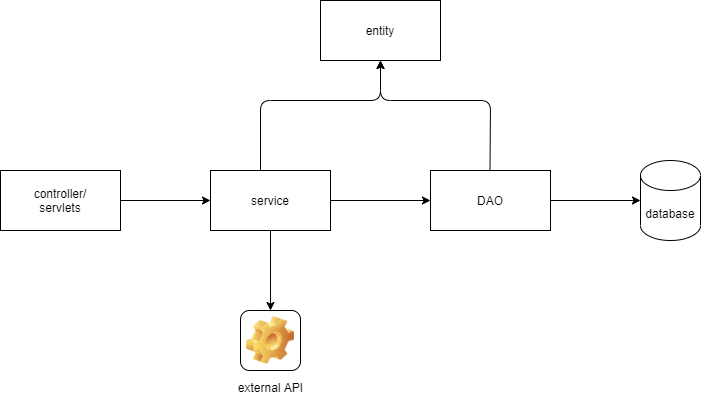
margarita-sk/StudyJava keeps this draw.io diagram as architecture of the application.png. Above is the earlier version. Source tidied: cells renumbered, new cells last; positions are measured from the earlier drawing's top-left corner, leaving out a move shared by most shapes. Source of this version:
```xml
<mxGraphModel>
  <root>
    <mxCell id="0" />
    <mxCell id="1" parent="0" />
    <mxCell id="2" style="edgeStyle=orthogonalEdgeStyle;rounded=0;jettySize=auto;html=1;" parent="1" edge="1" source="3" target="5">
      <mxGeometry relative="1" as="geometry" />
    </mxCell>
    <mxCell id="3" value="controller/&lt;br&gt;servlets" style="rounded=0;whiteSpace=wrap;html=1;" parent="1" vertex="1">
      <mxGeometry y="170" width="120" height="60" as="geometry" />
    </mxCell>
    <mxCell id="4" style="edgeStyle=orthogonalEdgeStyle;rounded=0;jettySize=auto;html=1;" parent="1" edge="1" source="5" target="13">
      <mxGeometry relative="1" as="geometry" />
    </mxCell>
    <mxCell id="5" value="service" style="rounded=0;whiteSpace=wrap;html=1;" parent="1" vertex="1">
      <mxGeometry x="210" y="170" width="120" height="60" as="geometry" />
    </mxCell>
    <mxCell id="6" style="edgeStyle=orthogonalEdgeStyle;rounded=0;jettySize=auto;html=1;" parent="1" edge="1" source="7" target="8">
      <mxGeometry relative="1" as="geometry" />
    </mxCell>
    <mxCell id="7" value="DAO" style="rounded=0;whiteSpace=wrap;html=1;" parent="1" vertex="1">
      <mxGeometry x="430" y="170" width="120" height="60" as="geometry" />
    </mxCell>
    <mxCell id="8" value="database" style="shape=cylinder3;whiteSpace=wrap;html=1;boundedLbl=1;backgroundOutline=1;size=15;" parent="1" vertex="1">
      <mxGeometry x="640" y="160" width="60" height="80" as="geometry" />
    </mxCell>
    <mxCell id="9" value="entity" style="rounded=0;whiteSpace=wrap;html=1;" parent="1" vertex="1">
      <mxGeometry x="320" width="120" height="60" as="geometry" />
    </mxCell>
    <mxCell id="10" style="endArrow=classic;html=1;exitX=1;exitY=0.5;exitDx=0;exitDy=0;entryX=0;entryY=0.5;entryDx=0;entryDy=0;" parent="1" edge="1" source="5" target="7">
      <mxGeometry relative="1" as="geometry" />
    </mxCell>
    <mxCell id="11" style="endArrow=classic;html=1;entryX=0.5;entryY=1;entryDx=0;entryDy=0;" parent="1" edge="1" target="9">
      <mxGeometry relative="1" as="geometry">
        <mxPoint x="260" y="170" as="sourcePoint" />
        <Array as="points">
          <mxPoint x="260" y="100" />
          <mxPoint x="380" y="100" />
        </Array>
      </mxGeometry>
    </mxCell>
    <mxCell id="12" style="endArrow=classic;html=1;" parent="1" edge="1">
      <mxGeometry relative="1" as="geometry">
        <mxPoint x="489.5" y="170" as="sourcePoint" />
        <mxPoint x="380" y="60" as="targetPoint" />
        <Array as="points">
          <mxPoint x="490" y="100" />
          <mxPoint x="380" y="100" />
        </Array>
      </mxGeometry>
    </mxCell>
    <mxCell id="13" value="external API" style="icon;html=1;image=img/clipart/Gear_128x128.png;" parent="1" vertex="1">
      <mxGeometry x="240" y="310" width="60" height="60" as="geometry" />
    </mxCell>
  </root>
</mxGraphModel>
```
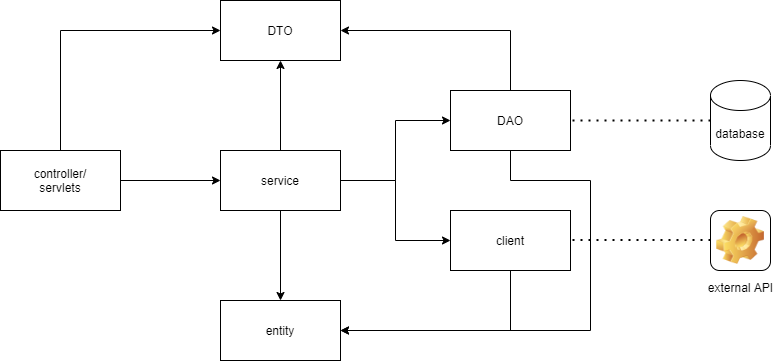
After the change.

What changed in the source:
```diff
@@ -5,51 +5,68 @@
     <mxCell id="2" style="edgeStyle=orthogonalEdgeStyle;rounded=0;jettySize=auto;html=1;" parent="1" edge="1" source="3" target="5">
       <mxGeometry relative="1" as="geometry" />
     </mxCell>
+    <mxCell id="14" style="edgeStyle=orthogonalEdgeStyle;rounded=0;jettySize=auto;html=1;exitX=0.5;exitY=0;exitDx=0;exitDy=0;entryX=0;entryY=0.5;entryDx=0;entryDy=0;" parent="1" edge="1" source="3" target="9">
+      <mxGeometry relative="1" as="geometry" />
+    </mxCell>
     <mxCell id="3" value="controller/&lt;br&gt;servlets" style="rounded=0;whiteSpace=wrap;html=1;" parent="1" vertex="1">
-      <mxGeometry y="170" width="120" height="60" as="geometry" />
+      <mxGeometry x="-30" y="320" width="120" height="60" as="geometry" />
     </mxCell>
-    <mxCell id="4" style="edgeStyle=orthogonalEdgeStyle;rounded=0;jettySize=auto;html=1;" parent="1" edge="1" source="5" target="13">
-      <mxGeometry relative="1" as="geometry" />
-    </mxCell>
+    <mxCell id="15" style="edgeStyle=orthogonalEdgeStyle;rounded=0;jettySize=auto;html=1;" parent="1" edge="1" source="5" target="9">
+      <mxGeometry relative="1" as="geometry" />
+    </mxCell>
+    <mxCell id="10" style="edgeStyle=orthogonalEdgeStyle;rounded=0;jettySize=auto;html=1;exitX=1;exitY=0.5;exitDx=0;exitDy=0;entryX=0;entryY=0.5;entryDx=0;entryDy=0;" parent="1" edge="1" source="5" target="7">
+      <mxGeometry relative="1" as="geometry" />
+    </mxCell>
+    <mxCell id="16" style="edgeStyle=orthogonalEdgeStyle;rounded=0;jettySize=auto;html=1;exitX=1;exitY=0.5;exitDx=0;exitDy=0;entryX=0;entryY=0.5;entryDx=0;entryDy=0;" parent="1" edge="1" source="5" target="21">
+      <mxGeometry relative="1" as="geometry" />
+    </mxCell>
+    <mxCell id="17" style="edgeStyle=orthogonalEdgeStyle;rounded=0;jettySize=auto;html=1;exitX=0.5;exitY=1;exitDx=0;exitDy=0;entryX=0.5;entryY=0;entryDx=0;entryDy=0;" parent="1" edge="1" source="5" target="24">
+      <mxGeometry relative="1" as="geometry" />
+    </mxCell>
     <mxCell id="5" value="service" style="rounded=0;whiteSpace=wrap;html=1;" parent="1" vertex="1">
-      <mxGeometry x="210" y="170" width="120" height="60" as="geometry" />
+      <mxGeometry x="190" y="320" width="120" height="60" as="geometry" />
     </mxCell>
-    <mxCell id="6" style="edgeStyle=orthogonalEdgeStyle;rounded=0;jettySize=auto;html=1;" parent="1" edge="1" source="7" target="8">
-      <mxGeometry relative="1" as="geometry" />
-    </mxCell>
+    <mxCell id="18" style="edgeStyle=orthogonalEdgeStyle;rounded=0;jettySize=auto;html=1;exitX=0.5;exitY=0;exitDx=0;exitDy=0;entryX=1;entryY=0.5;entryDx=0;entryDy=0;" parent="1" edge="1" source="7" target="9">
+      <mxGeometry relative="1" as="geometry" />
+    </mxCell>
+    <mxCell id="19" style="edgeStyle=orthogonalEdgeStyle;rounded=0;jettySize=auto;html=1;exitX=0.5;exitY=1;exitDx=0;exitDy=0;entryX=1;entryY=0.5;entryDx=0;entryDy=0;" parent="1" edge="1" source="7" target="24">
+      <mxGeometry relative="1" as="geometry">
+        <Array as="points">
+          <mxPoint x="480" y="350" />
+          <mxPoint x="560" y="350" />
+          <mxPoint x="560" y="500" />
+        </Array>
+      </mxGeometry>
+    </mxCell>
     <mxCell id="7" value="DAO" style="rounded=0;whiteSpace=wrap;html=1;" parent="1" vertex="1">
-      <mxGeometry x="430" y="170" width="120" height="60" as="geometry" />
+      <mxGeometry x="420" y="260" width="120" height="60" as="geometry" />
     </mxCell>
     <mxCell id="8" value="database" style="shape=cylinder3;whiteSpace=wrap;html=1;boundedLbl=1;backgroundOutline=1;size=15;" parent="1" vertex="1">
-      <mxGeometry x="640" y="160" width="60" height="80" as="geometry" />
+      <mxGeometry x="680" y="250" width="60" height="80" as="geometry" />
     </mxCell>
-    <mxCell id="9" value="entity" style="rounded=0;whiteSpace=wrap;html=1;" parent="1" vertex="1">
-      <mxGeometry x="320" width="120" height="60" as="geometry" />
+    <mxCell id="9" value="DTO" style="rounded=0;whiteSpace=wrap;html=1;" parent="1" vertex="1">
+      <mxGeometry x="190" y="170" width="120" height="60" as="geometry" />
     </mxCell>
-    <mxCell id="10" style="endArrow=classic;html=1;exitX=1;exitY=0.5;exitDx=0;exitDy=0;entryX=0;entryY=0.5;entryDx=0;entryDy=0;" parent="1" edge="1" source="5" target="7">
-      <mxGeometry relative="1" as="geometry" />
-    </mxCell>
-    <mxCell id="11" style="endArrow=classic;html=1;entryX=0.5;entryY=1;entryDx=0;entryDy=0;" parent="1" edge="1" target="9">
-      <mxGeometry relative="1" as="geometry">
-        <mxPoint x="260" y="170" as="sourcePoint" />
-        <Array as="points">
-          <mxPoint x="260" y="100" />
-          <mxPoint x="380" y="100" />
-        </Array>
-      </mxGeometry>
-    </mxCell>
-    <mxCell id="12" style="endArrow=classic;html=1;" parent="1" edge="1">
-      <mxGeometry relative="1" as="geometry">
-        <mxPoint x="489.5" y="170" as="sourcePoint" />
-        <mxPoint x="380" y="60" as="targetPoint" />
-        <Array as="points">
-          <mxPoint x="490" y="100" />
-          <mxPoint x="380" y="100" />
-        </Array>
-      </mxGeometry>
-    </mxCell>
     <mxCell id="13" value="external API" style="icon;html=1;image=img/clipart/Gear_128x128.png;" parent="1" vertex="1">
-      <mxGeometry x="240" y="310" width="60" height="60" as="geometry" />
+      <mxGeometry x="680" y="380" width="60" height="60" as="geometry" />
     </mxCell>
+    <mxCell id="20" style="edgeStyle=orthogonalEdgeStyle;rounded=0;jettySize=auto;html=1;exitX=0.5;exitY=1;exitDx=0;exitDy=0;entryX=1;entryY=0.5;entryDx=0;entryDy=0;" parent="1" edge="1" source="21" target="24">
+      <mxGeometry relative="1" as="geometry" />
+    </mxCell>
+    <mxCell id="21" value="client" style="rounded=0;whiteSpace=wrap;html=1;" parent="1" vertex="1">
+      <mxGeometry x="420" y="380" width="120" height="60" as="geometry" />
+    </mxCell>
+    <mxCell id="22" style="endArrow=none;dashed=1;html=1;dashPattern=1 3;strokeWidth=2;entryX=1;entryY=0.5;entryDx=0;entryDy=0;exitX=0;exitY=0.5;exitDx=0;exitDy=0;exitPerimeter=0;" parent="1" edge="1" source="8" target="7">
+      <mxGeometry relative="1" as="geometry" />
+    </mxCell>
+    <mxCell id="23" style="endArrow=none;dashed=1;html=1;dashPattern=1 3;strokeWidth=2;entryX=1;entryY=0.5;entryDx=0;entryDy=0;exitX=0;exitY=0.5;exitDx=0;exitDy=0;exitPerimeter=0;" parent="1" edge="1">
+      <mxGeometry relative="1" as="geometry">
+        <mxPoint x="680" y="409.5" as="sourcePoint" />
+        <mxPoint x="540" y="409.5" as="targetPoint" />
+      </mxGeometry>
+    </mxCell>
+    <mxCell id="24" value="entity" style="rounded=0;whiteSpace=wrap;html=1;" parent="1" vertex="1">
+      <mxGeometry x="190" y="470" width="120" height="60" as="geometry" />
+    </mxCell>
   </root>
 </mxGraphModel>
```
